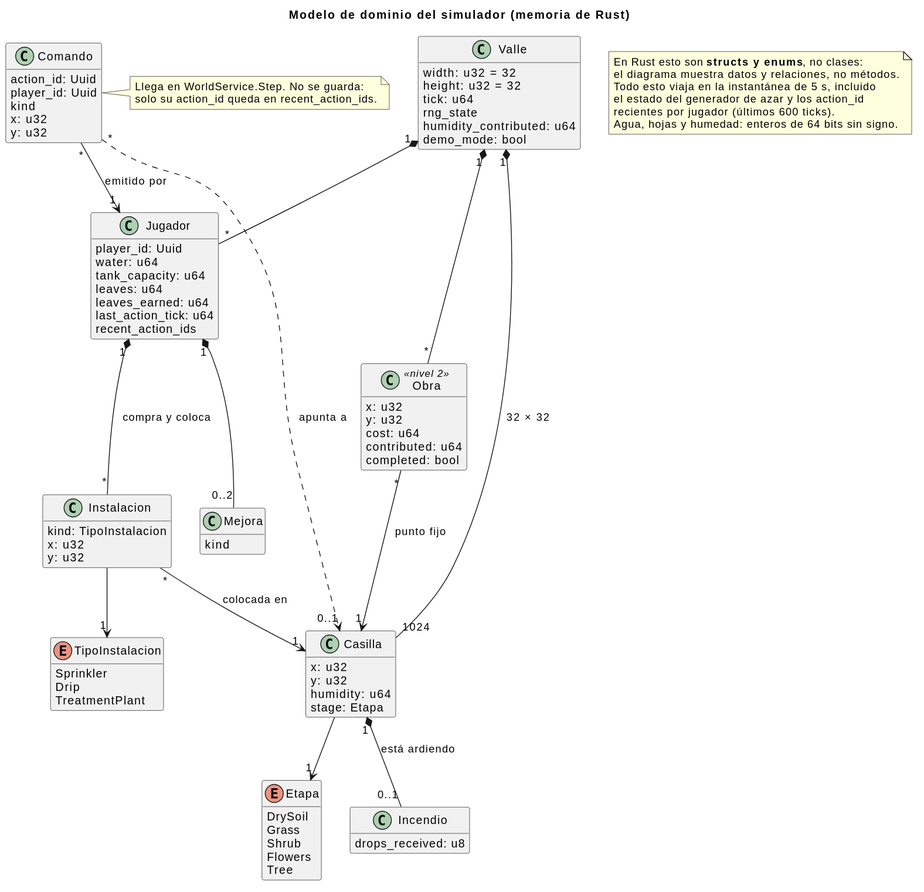
The PlantUML diagram docs/diagrams/06-dominio-simulador.svg in iadev2005/hydrovalley, before a commit.
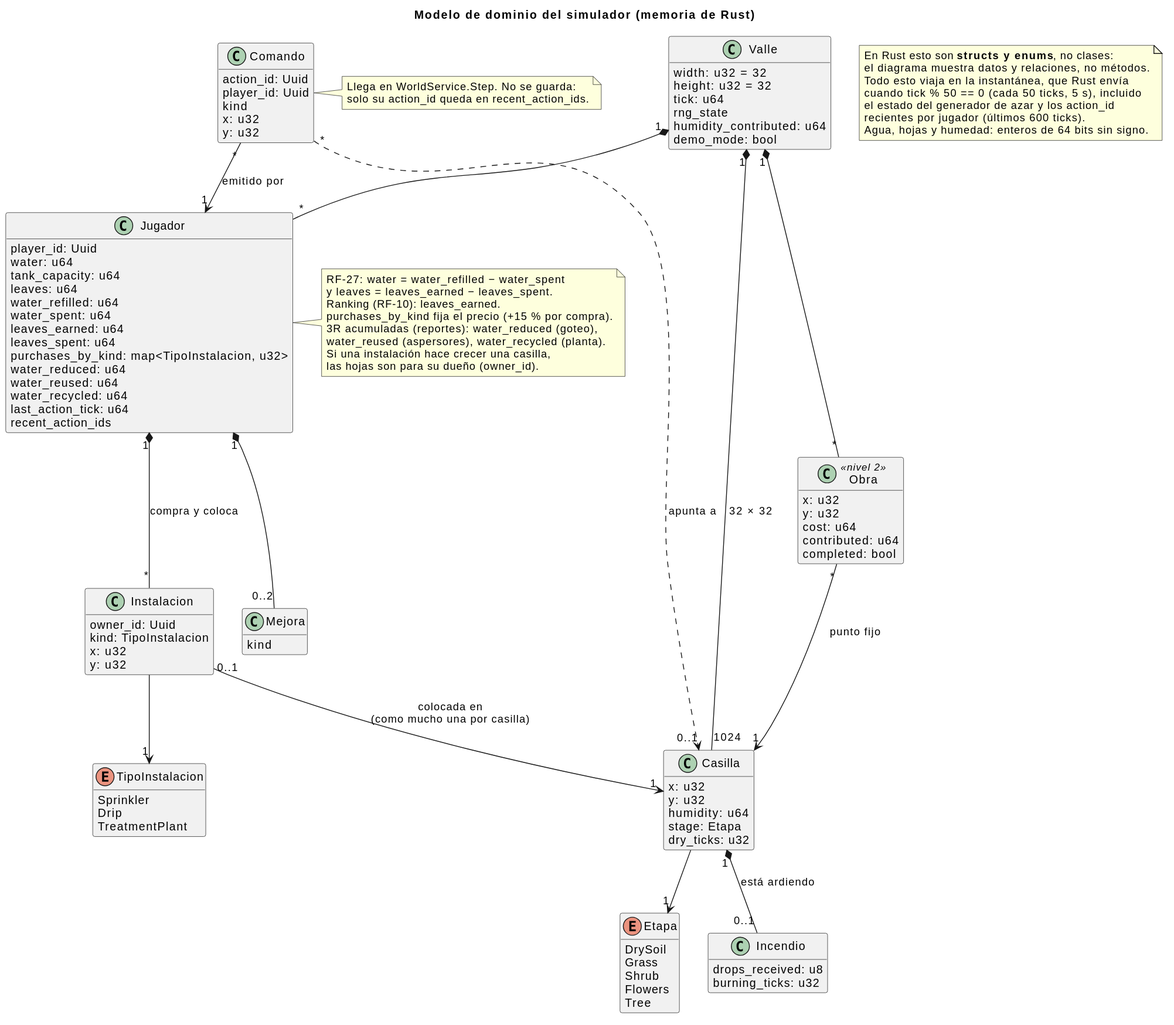
Later version of the same file.

What changed in the source:
```diff
@@ -16,6 +16,7 @@
   y: u32
   humidity: u64
   stage: Etapa
+  dry_ticks: u32
 }
 
 enum Etapa {
@@ -31,12 +32,20 @@
   water: u64
   tank_capacity: u64
   leaves: u64
+  water_refilled: u64
+  water_spent: u64
   leaves_earned: u64
+  leaves_spent: u64
+  purchases_by_kind: map<TipoInstalacion, u32>
+  water_reduced: u64
+  water_reused: u64
+  water_recycled: u64
   last_action_tick: u64
   recent_action_ids
 }
 
 class Instalacion {
+  owner_id: Uuid
   kind: TipoInstalacion
   x: u32
   y: u32
@@ -62,6 +71,7 @@
 
 class Incendio {
   drops_received: u8
+  burning_ticks: u32
 }
 
 class Obra <<nivel 2>> {
@@ -78,7 +88,7 @@
 Casilla "1" *-- "0..1" Incendio : está ardiendo
 Jugador "1" *-- "*" Instalacion : compra y coloca
 Instalacion --> "1" TipoInstalacion
-Instalacion "*" --> "1" Casilla : colocada en
+Instalacion "0..1" --> "1" Casilla : colocada en\n(como mucho una por casilla)
 Jugador "1" *-- "0..2" Mejora
 Comando "*" --> "1" Jugador : emitido por
 Comando "*" ..> "0..1" Casilla : apunta a
@@ -88,10 +98,22 @@
 note as N1
   En Rust esto son <b>structs y enums</b>, no clases:
   el diagrama muestra datos y relaciones, no métodos.
-  Todo esto viaja en la instantánea de 5 s, incluido
+  Todo esto viaja en la instantánea, que Rust envía
+  cuando tick % 50 == 0 (cada 50 ticks, 5 s), incluido
   el estado del generador de azar y los action_id
   recientes por jugador (últimos 600 ticks).
   Agua, hojas y humedad: enteros de 64 bits sin signo.
+end note
+
+note right of Jugador
+  RF-27: water = water_refilled − water_spent
+  y leaves = leaves_earned − leaves_spent.
+  Ranking (RF-10): leaves_earned.
+  purchases_by_kind fija el precio (+15 % por compra).
+  3R acumuladas (reportes): water_reduced (goteo),
+  water_reused (aspersores), water_recycled (planta).
+  Si una instalación hace crecer una casilla,
+  las hojas son para su dueño (owner_id).
 end note
 
 note right of Comando
```
